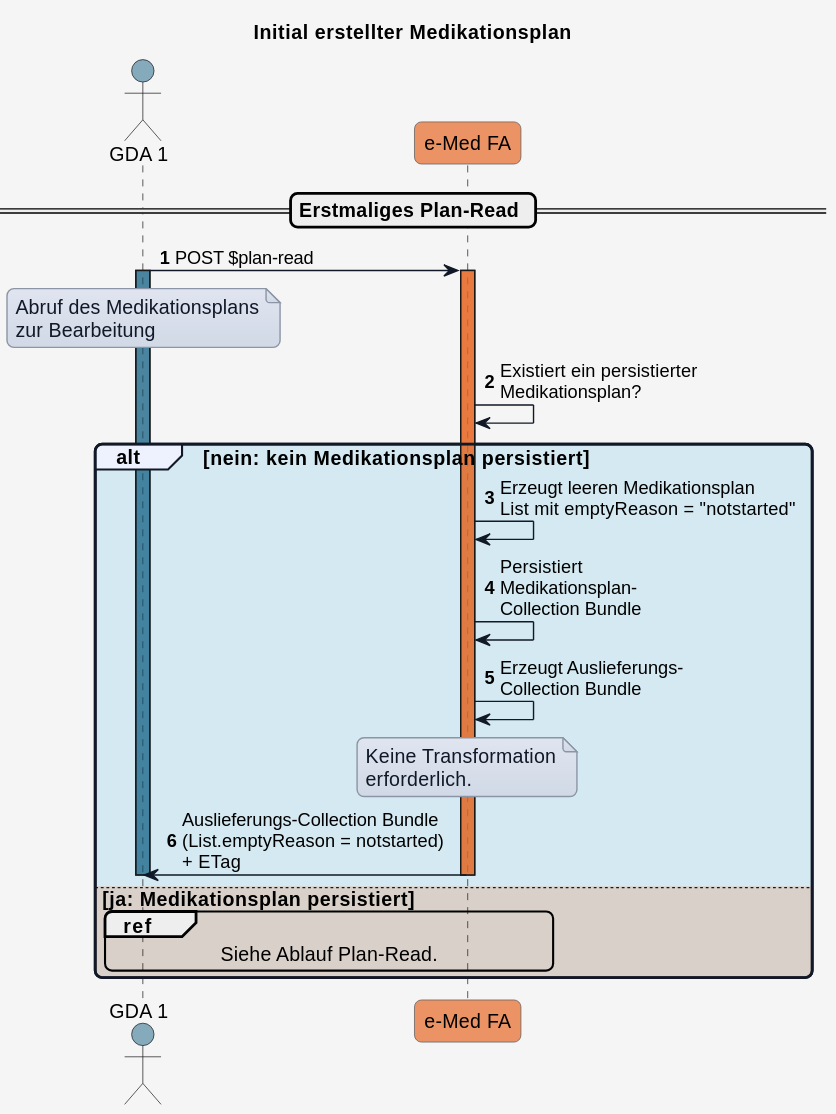
Earlier version of the PlantUML export input/images/plantuml/UC_eMed_01_03.svg (HL7Austria/ELGA-e-Medikation-R4).
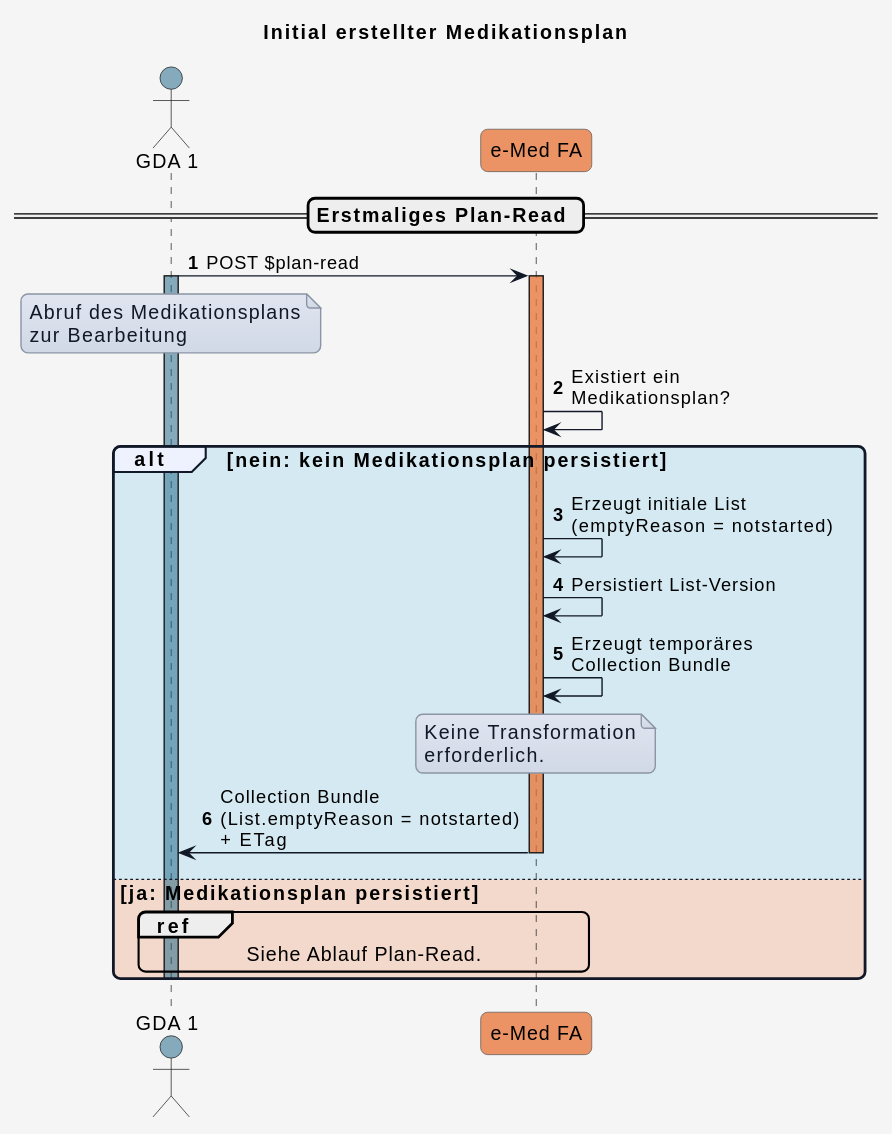
After the change.

What changed in the source:
```diff
@@ -65,19 +65,19 @@
 end note
 
 activate eMed_FA COLOR_EMED_FA
-eMed_FA -> eMed_FA: Existiert ein persistierter\nMedikationsplan?
+eMed_FA -> eMed_FA: Existiert ein\nMedikationsplan?
 
 alt COLOR_OK nein: kein Medikationsplan persistiert
 
-  eMed_FA -> eMed_FA: Erzeugt leeren Medikationsplan\nList mit emptyReason = "notstarted"
-  eMed_FA -> eMed_FA: Persistiert\nMedikationsplan-\nCollection Bundle
-  eMed_FA -> eMed_FA: Erzeugt Auslieferungs-\nCollection Bundle
+  eMed_FA -> eMed_FA: Erzeugt initiale List\n(emptyReason = notstarted)
+  eMed_FA -> eMed_FA: Persistiert List-Version
+  eMed_FA -> eMed_FA: Erzeugt temporäres\nCollection Bundle
 
   note over eMed_FA
   Keine Transformation
   erforderlich.
   end note
-  eMed_FA -> GDA_1: Auslieferungs-Collection Bundle\n(List.emptyReason = notstarted)\n+ ETag
+  eMed_FA -> GDA_1: Collection Bundle\n(List.emptyReason = notstarted)\n+ ETag
   deactivate eMed_FA
 
 
```
